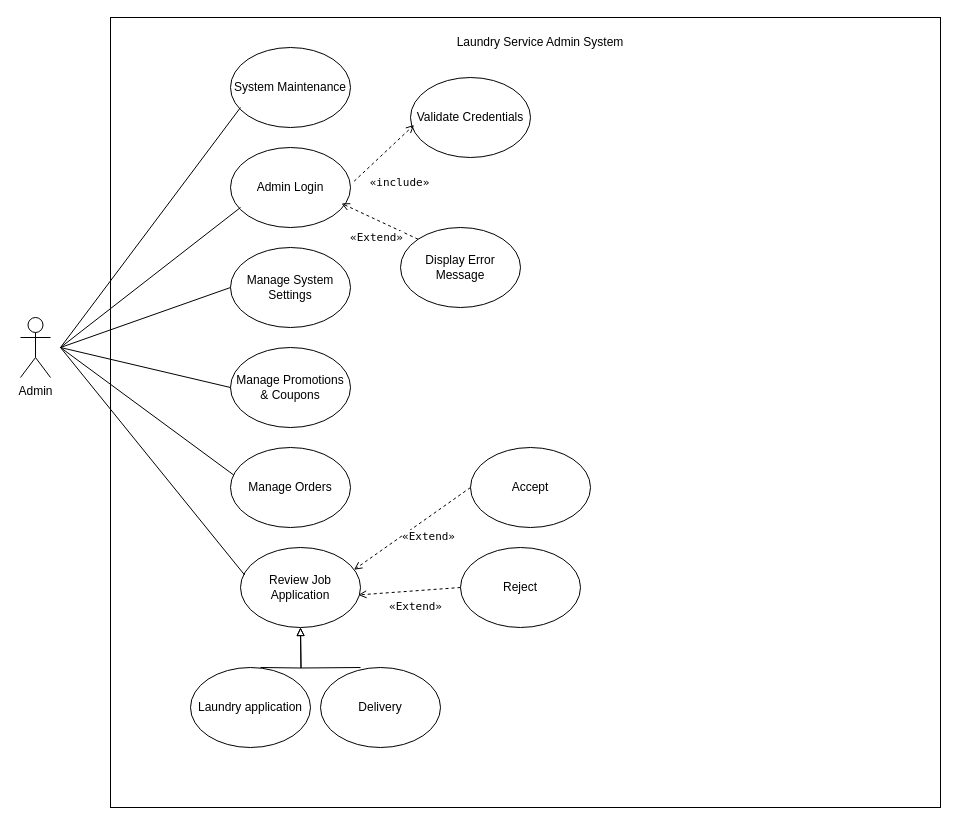
Klvvr1/BrightClean keeps this draw.io diagram as UseCases/Admin.drawio. Above is the earlier version. Source tidied: cells renumbered, new cells numbered last; positions are measured from the earlier drawing's top-left corner, leaving out a move shared by most shapes. Both pictures are drawn from the tidied source at 100%, with x=0, y=0 at pixel (20, 17).
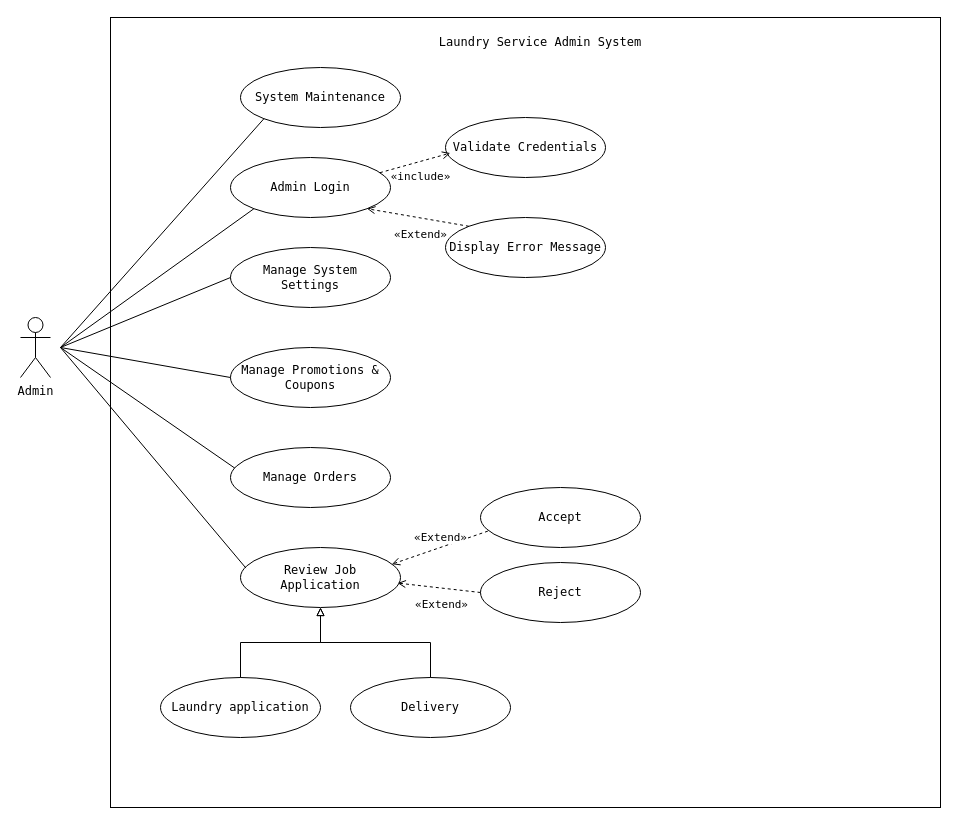
Above is the later version.

Commit message (it also covers changes not shown here):
feat: add initial use case diagrams for Admin, Customer, Delivery Staff, and Laundry Manager roles (#71)

The edit, as a diff of the source:
```diff
@@
-    <mxCell id="2" style="rounded=0;whiteSpace=wrap;html=1;fillColor=default;strokeColor=light-dark(#000000, #121212);" parent="1" vertex="1">
+    <mxCell id="2" style="rounded=0;whiteSpace=wrap;html=1;fillColor=none;fontFamily=monospace;" parent="1" vertex="1">
       <mxGeometry x="90" width="830" height="790" as="geometry" />
     </mxCell>
-    <mxCell id="3" value="Laundry Service Admin System" style="text;html=1;whiteSpace=wrap;strokeColor=none;fillColor=none;align=center;verticalAlign=middle;rounded=0;" parent="1" vertex="1">
+    <mxCell id="3" value="Laundry Service Admin System" style="text;html=1;whiteSpace=wrap;strokeColor=none;fillColor=none;align=center;verticalAlign=middle;rounded=0;fontFamily=monospace;" parent="1" vertex="1">
       <mxGeometry x="360" y="10" width="320" height="30" as="geometry" />
     </mxCell>
-    <mxCell id="4" value="Admin" style="shape=umlActor;verticalLabelPosition=bottom;verticalAlign=top;html=1;" parent="1" vertex="1">
+    <mxCell id="4" value="Admin" style="shape=umlActor;verticalLabelPosition=bottom;verticalAlign=top;html=1;fontFamily=monospace;" parent="1" vertex="1">
       <mxGeometry y="300" width="30" height="60" as="geometry" />
     </mxCell>
-    <mxCell id="5" value="Admin Login" style="ellipse;whiteSpace=wrap;html=1;" parent="1" vertex="1">
-      <mxGeometry x="210" y="130" width="120" height="80" as="geometry" />
+    <mxCell id="5" value="Admin Login" style="ellipse;whiteSpace=wrap;html=1;fontFamily=monospace;" parent="1" vertex="1">
+      <mxGeometry x="210" y="140" width="160" height="60" as="geometry" />
     </mxCell>
-    <mxCell id="6" value="Laundry application" style="ellipse;whiteSpace=wrap;html=1;" parent="1" vertex="1">
-      <mxGeometry x="170" y="650" width="120" height="80" as="geometry" />
+    <mxCell id="6" value="Laundry application" style="ellipse;whiteSpace=wrap;html=1;fontFamily=monospace;" parent="1" vertex="1">
+      <mxGeometry x="140" y="660" width="160" height="60" as="geometry" />
     </mxCell>
-    <mxCell id="7" value="&lt;p&gt;Manage System Settings&lt;/p&gt;" style="ellipse;whiteSpace=wrap;html=1;" parent="1" vertex="1">
-      <mxGeometry x="210" y="230" width="120" height="80" as="geometry" />
+    <mxCell id="7" value="&lt;p&gt;Manage System Settings&lt;/p&gt;" style="ellipse;whiteSpace=wrap;html=1;fontFamily=monospace;" parent="1" vertex="1">
+      <mxGeometry x="210" y="230" width="160" height="60" as="geometry" />
     </mxCell>
-    <mxCell id="8" value="&lt;p&gt;Validate Credentials&lt;/p&gt;" style="ellipse;whiteSpace=wrap;html=1;" parent="1" vertex="1">
-      <mxGeometry x="390" y="60" width="120" height="80" as="geometry" />
+    <mxCell id="8" value="&lt;p&gt;Validate Credentials&lt;/p&gt;" style="ellipse;whiteSpace=wrap;html=1;fontFamily=monospace;" parent="1" vertex="1">
+      <mxGeometry x="425" y="100" width="160" height="60" as="geometry" />
     </mxCell>
-    <mxCell id="9" value="&lt;p&gt;Manage Promotions &amp;amp; Coupons&lt;/p&gt;" style="ellipse;whiteSpace=wrap;html=1;" parent="1" vertex="1">
-      <mxGeometry x="210" y="330" width="120" height="80" as="geometry" />
+    <mxCell id="9" value="&lt;p&gt;Manage Promotions &amp;amp; Coupons&lt;/p&gt;" style="ellipse;whiteSpace=wrap;html=1;fontFamily=monospace;" parent="1" vertex="1">
+      <mxGeometry x="210" y="330" width="160" height="60" as="geometry" />
     </mxCell>
-    <mxCell id="10" value="Accept" style="ellipse;whiteSpace=wrap;html=1;" parent="1" vertex="1">
-      <mxGeometry x="450" y="430" width="120" height="80" as="geometry" />
+    <mxCell id="10" value="Accept" style="ellipse;whiteSpace=wrap;html=1;fontFamily=monospace;" parent="1" vertex="1">
+      <mxGeometry x="460" y="470" width="160" height="60" as="geometry" />
     </mxCell>
-    <mxCell id="11" value="Delivery" style="ellipse;whiteSpace=wrap;html=1;" parent="1" vertex="1">
-      <mxGeometry x="300" y="650" width="120" height="80" as="geometry" />
+    <mxCell id="11" value="Delivery" style="ellipse;whiteSpace=wrap;html=1;fontFamily=monospace;" parent="1" vertex="1">
+      <mxGeometry x="330" y="660" width="160" height="60" as="geometry" />
     </mxCell>
-    <mxCell id="12" value="&lt;p&gt;Display Error Message&lt;/p&gt;" style="ellipse;whiteSpace=wrap;html=1;" parent="1" vertex="1">
-      <mxGeometry x="380" y="210" width="120" height="80" as="geometry" />
+    <mxCell id="12" value="&lt;p&gt;Display Error Message&lt;/p&gt;" style="ellipse;whiteSpace=wrap;html=1;fontFamily=monospace;" parent="1" vertex="1">
+      <mxGeometry x="425" y="200" width="160" height="60" as="geometry" />
     </mxCell>
-    <mxCell id="13" value="System Maintenance" style="ellipse;whiteSpace=wrap;html=1;" parent="1" vertex="1">
-      <mxGeometry x="210" y="30" width="120" height="80" as="geometry" />
+    <mxCell id="13" value="System Maintenance" style="ellipse;whiteSpace=wrap;html=1;fontFamily=monospace;" parent="1" vertex="1">
+      <mxGeometry x="220" y="50" width="160" height="60" as="geometry" />
     </mxCell>
-    <mxCell id="14" value="Reject" style="ellipse;whiteSpace=wrap;html=1;" parent="1" vertex="1">
-      <mxGeometry x="440" y="530" width="120" height="80" as="geometry" />
+    <mxCell id="14" value="Reject" style="ellipse;whiteSpace=wrap;html=1;fontFamily=monospace;" parent="1" vertex="1">
+      <mxGeometry x="460" y="545" width="160" height="60" as="geometry" />
     </mxCell>
-    <mxCell id="15" value="Review Job Application" style="ellipse;whiteSpace=wrap;html=1;" parent="1" vertex="1">
-      <mxGeometry x="220" y="530" width="120" height="80" as="geometry" />
+    <mxCell id="15" value="Review Job Application" style="ellipse;whiteSpace=wrap;html=1;fontFamily=monospace;" parent="1" vertex="1">
+      <mxGeometry x="220" y="530" width="160" height="60" as="geometry" />
     </mxCell>
-    <mxCell id="16" value="Manage Orders" style="ellipse;whiteSpace=wrap;html=1;" parent="1" vertex="1">
-      <mxGeometry x="210" y="430" width="120" height="80" as="geometry" />
+    <mxCell id="16" value="Manage Orders" style="ellipse;whiteSpace=wrap;html=1;fontFamily=monospace;" parent="1" vertex="1">
+      <mxGeometry x="210" y="430" width="160" height="60" as="geometry" />
     </mxCell>
-    <mxCell id="17" style="endArrow=none;html=1;rounded=0;" parent="1" edge="1">
+    <mxCell id="17" style="endArrow=none;html=1;rounded=0;fontFamily=monospace;entryX=0;entryY=1;entryDx=0;entryDy=0;" parent="1" edge="1" target="13">
       <mxGeometry relative="1" as="geometry">
         <mxPoint x="40" y="330" as="sourcePoint" />
-        <mxPoint x="220" y="90" as="targetPoint" />
       </mxGeometry>
     </mxCell>
-    <mxCell id="18" style="endArrow=none;html=1;rounded=0;" parent="1" edge="1">
+    <mxCell id="18" style="endArrow=none;html=1;rounded=0;fontFamily=monospace;entryX=0;entryY=1;entryDx=0;entryDy=0;" parent="1" edge="1" target="5">
       <mxGeometry relative="1" as="geometry">
         <mxPoint x="40" y="330" as="sourcePoint" />
-        <mxPoint x="220" y="190" as="targetPoint" />
       </mxGeometry>
     </mxCell>
-    <mxCell id="19" style="endArrow=none;html=1;rounded=0;" parent="1" edge="1">
+    <mxCell id="19" style="endArrow=none;html=1;rounded=0;fontFamily=monospace;entryX=0;entryY=0.5;entryDx=0;entryDy=0;" parent="1" edge="1" target="7">
       <mxGeometry relative="1" as="geometry">
         <mxPoint x="40" y="330" as="sourcePoint" />
-        <mxPoint x="210" y="270" as="targetPoint" />
       </mxGeometry>
     </mxCell>
-    <mxCell id="20" style="endArrow=none;html=1;rounded=0;entryX=0;entryY=0.5;entryDx=0;entryDy=0;" parent="1" edge="1" target="9">
+    <mxCell id="20" style="endArrow=none;html=1;rounded=0;entryX=0;entryY=0.5;entryDx=0;entryDy=0;fontFamily=monospace;" parent="1" edge="1" target="9">
       <mxGeometry relative="1" as="geometry">
         <mxPoint x="40" y="330" as="sourcePoint" />
       </mxGeometry>
     </mxCell>
-    <mxCell id="21" style="endArrow=none;html=1;rounded=0;entryX=0.027;entryY=0.344;entryDx=0;entryDy=0;entryPerimeter=0;" parent="1" edge="1" target="16">
+    <mxCell id="21" style="endArrow=none;html=1;rounded=0;entryX=0.027;entryY=0.344;entryDx=0;entryDy=0;entryPerimeter=0;fontFamily=monospace;" parent="1" edge="1" target="16">
       <mxGeometry relative="1" as="geometry">
         <mxPoint x="40" y="330" as="sourcePoint" />
       </mxGeometry>
     </mxCell>
-    <mxCell id="22" style="endArrow=none;html=1;rounded=0;entryX=0.034;entryY=0.343;entryDx=0;entryDy=0;entryPerimeter=0;" parent="1" edge="1" target="15">
+    <mxCell id="22" style="endArrow=none;html=1;rounded=0;entryX=0.034;entryY=0.343;entryDx=0;entryDy=0;entryPerimeter=0;fontFamily=monospace;" parent="1" edge="1" target="15">
       <mxGeometry relative="1" as="geometry">
         <mxPoint x="40" y="330" as="sourcePoint" />
       </mxGeometry>
     </mxCell>
-    <mxCell id="23" value="«include»" style="dashed=1;endArrow=open;html=1;fontFamily=monospace;exitX=1.03;exitY=0.422;exitDx=0;exitDy=0;exitPerimeter=0;entryX=0.03;entryY=0.593;entryDx=0;entryDy=0;entryPerimeter=0;" parent="1" edge="1" source="5" target="8">
-      <mxGeometry x="-0.23" y="-32" relative="1" as="geometry" />
+    <mxCell id="23" value="«include»" style="dashed=1;endArrow=open;html=1;fontFamily=monospace;exitX=0.934;exitY=0.253;exitDx=0;exitDy=0;exitPerimeter=0;entryX=0.03;entryY=0.593;entryDx=0;entryDy=0;entryPerimeter=0;" parent="1" edge="1" source="5" target="8">
+      <mxGeometry x="0.03" y="-16" relative="1" as="geometry">
+        <mxPoint y="-1" as="offset" />
+      </mxGeometry>
     </mxCell>
-    <mxCell id="24" value="«Extend»" style="dashed=1;endArrow=open;html=1;exitX=0;exitY=0;exitDx=0;exitDy=0;fontFamily=monospace;entryX=0.925;entryY=0.699;entryDx=0;entryDy=0;entryPerimeter=0;" parent="1" edge="1" source="12" target="5">
+    <mxCell id="24" value="«Extend»" style="dashed=1;endArrow=open;html=1;exitX=0;exitY=0;exitDx=0;exitDy=0;fontFamily=monospace;entryX=1;entryY=1;entryDx=0;entryDy=0;" parent="1" edge="1" source="12" target="5">
       <mxGeometry x="-0.11" y="16" relative="1" as="geometry" />
     </mxCell>
-    <mxCell id="25" value="«Extend»" style="dashed=1;endArrow=open;html=1;exitX=0;exitY=0.5;exitDx=0;exitDy=0;fontFamily=monospace;entryX=0.946;entryY=0.278;entryDx=0;entryDy=0;entryPerimeter=0;" parent="1" edge="1" source="10" target="15">
-      <mxGeometry x="-0.11" y="16" relative="1" as="geometry" />
+    <mxCell id="25" value="«Extend»" style="dashed=1;endArrow=open;html=1;exitX=0.046;exitY=0.727;exitDx=0;exitDy=0;fontFamily=monospace;entryX=0.946;entryY=0.278;entryDx=0;entryDy=0;entryPerimeter=0;exitPerimeter=0;" parent="1" edge="1" source="10" target="15">
+      <mxGeometry x="-0.08" y="-9" relative="1" as="geometry" />
     </mxCell>
@@
-    <mxCell id="27" style="edgeStyle=orthogonalEdgeStyle;rounded=0;orthogonalLoop=1;jettySize=auto;html=1;endArrow=block;endFill=0;fontFamily=monospace;" parent="1" edge="1">
-      <mxGeometry relative="1" as="geometry">
-        <mxPoint x="240" y="650" as="sourcePoint" />
-        <mxPoint x="280" y="610" as="targetPoint" />
-      </mxGeometry>
+    <mxCell id="27" style="edgeStyle=orthogonalEdgeStyle;rounded=0;jettySize=auto;html=1;endArrow=block;endFill=0;fontFamily=monospace;entryX=0.5;entryY=1;entryDx=0;entryDy=0;exitX=0.5;exitY=0;exitDx=0;exitDy=0;" parent="1" edge="1" source="6" target="15">
+      <mxGeometry relative="1" as="geometry" />
     </mxCell>
-    <mxCell id="28" style="edgeStyle=orthogonalEdgeStyle;rounded=0;orthogonalLoop=1;jettySize=auto;html=1;endArrow=block;endFill=0;fontFamily=monospace;" parent="1" edge="1">
-      <mxGeometry relative="1" as="geometry">
-        <mxPoint x="340" y="650" as="sourcePoint" />
-        <mxPoint x="280" y="610" as="targetPoint" />
-      </mxGeometry>
+    <mxCell id="28" style="edgeStyle=orthogonalEdgeStyle;rounded=0;jettySize=auto;html=1;endArrow=block;endFill=0;fontFamily=monospace;entryX=0.5;entryY=1;entryDx=0;entryDy=0;exitX=0.5;exitY=0;exitDx=0;exitDy=0;" parent="1" edge="1" source="11" target="15">
+      <mxGeometry relative="1" as="geometry" />
     </mxCell>
```
